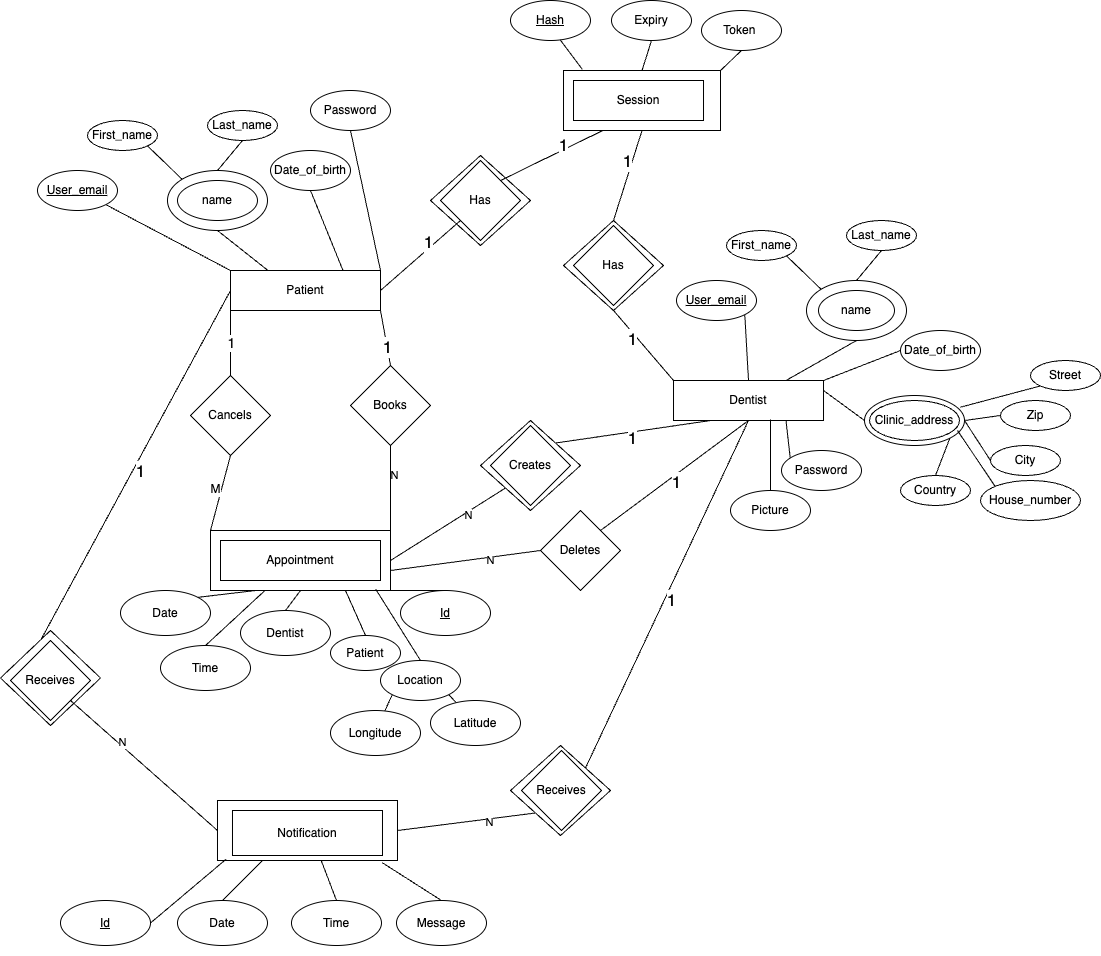
Before: docs/assets/ERdiagram.png, a diagram exported from draw.io (michalspano/AppointDent). Source tidied: cells renumbered, new cells last; positions are measured from the earlier drawing's top-left corner, leaving out a move shared by most shapes.
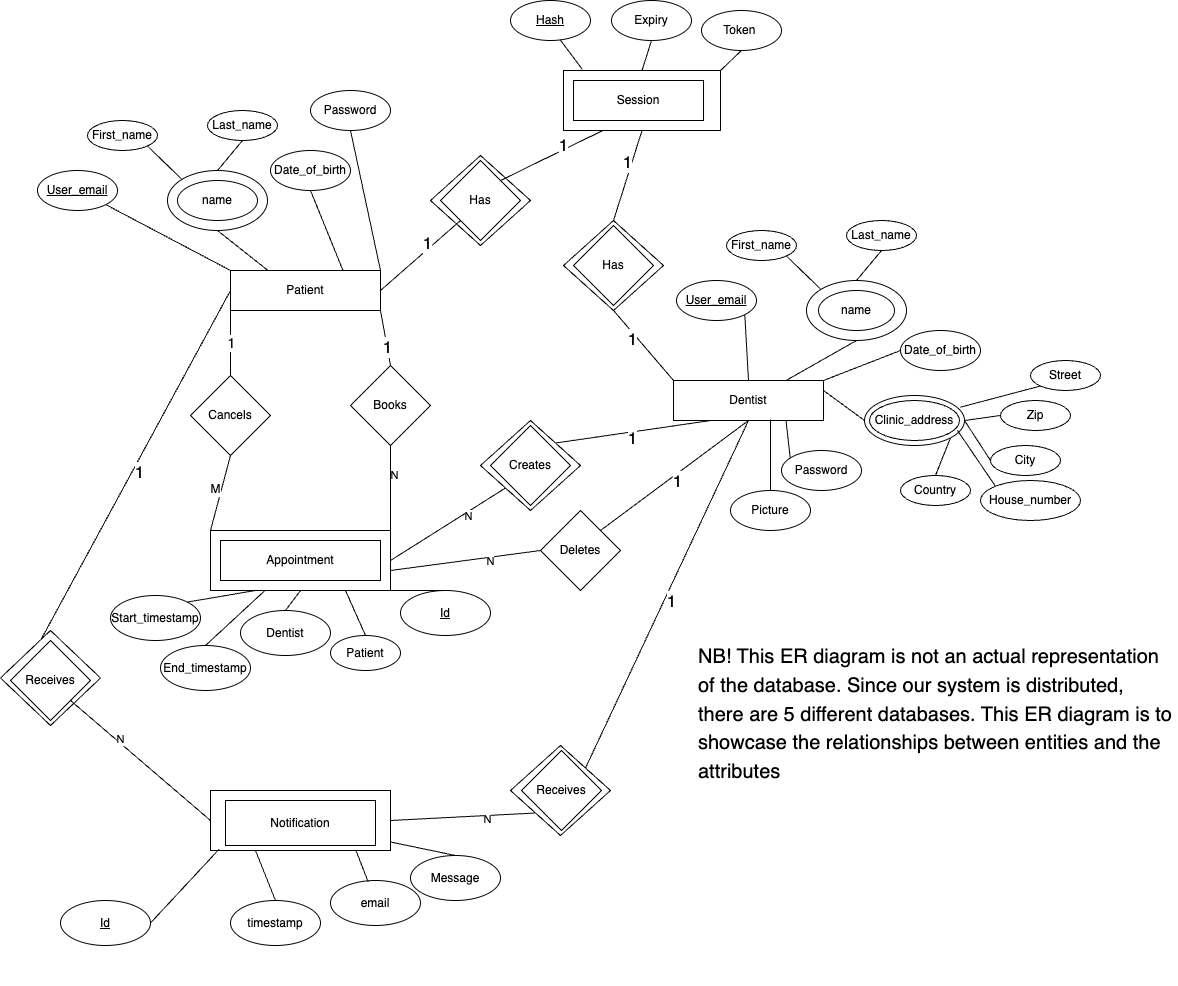
After the commit.

Commit message:
#5 Update ER diagram and database schema

Change to the diagram source:
```diff
@@ -32,8 +32,8 @@
     <mxCell id="11" style="endArrow=none;html=1;rounded=0;entryX=1;entryY=1;entryDx=0;entryDy=0;exitX=0;exitY=0;exitDx=0;exitDy=0;" parent="1" edge="1" source="2" target="30">
       <mxGeometry relative="1" as="geometry" />
     </mxCell>
-    <mxCell id="12" value="Date" style="ellipse;whiteSpace=wrap;html=1;" parent="1" vertex="1">
-      <mxGeometry x="120" y="590" width="90" height="45" as="geometry" />
+    <mxCell id="12" value="Start_timestamp" style="ellipse;whiteSpace=wrap;html=1;" parent="1" vertex="1">
+      <mxGeometry x="110" y="595" width="90" height="45" as="geometry" />
     </mxCell>
     <mxCell id="13" value="Dentist" style="ellipse;whiteSpace=wrap;html=1;" parent="1" vertex="1">
       <mxGeometry x="240" y="610" width="90" height="45" as="geometry" />
@@ -113,10 +113,7 @@
         <mxPoint x="390" y="590" as="targetPoint" />
       </mxGeometry>
     </mxCell>
-    <mxCell id="37" style="endArrow=none;html=1;rounded=0;exitX=0.5;exitY=0;exitDx=0;exitDy=0;entryX=0.918;entryY=0.979;entryDx=0;entryDy=0;entryPerimeter=0;" parent="1" edge="1" source="113" target="6">
-      <mxGeometry relative="1" as="geometry" />
-    </mxCell>
-    <mxCell id="38" value="Time" style="ellipse;whiteSpace=wrap;html=1;" parent="1" vertex="1">
+    <mxCell id="38" value="End_timestamp" style="ellipse;whiteSpace=wrap;html=1;" parent="1" vertex="1">
       <mxGeometry x="160" y="645" width="90" height="45" as="geometry" />
     </mxCell>
     <mxCell id="39" style="endArrow=none;html=1;rounded=0;exitX=0.5;exitY=0;exitDx=0;exitDy=0;entryX=0.304;entryY=0.996;entryDx=0;entryDy=0;entryPerimeter=0;" parent="1" edge="1" source="38" target="6">
@@ -235,13 +232,13 @@
       <mxGeometry x="-0.02" y="-7" relative="1" as="geometry" />
     </mxCell>
     <mxCell id="76" style="group;" parent="1" vertex="1">
-      <mxGeometry x="60" y="810" width="397" height="145" as="geometry" />
+      <mxGeometry x="60" y="810" width="530" height="175" as="geometry" />
     </mxCell>
     <mxCell id="77" style="group;" parent="76" vertex="1">
-      <mxGeometry x="157" width="370" height="135" as="geometry" />
+      <mxGeometry x="150" y="-10" width="370" height="165" as="geometry" />
     </mxCell>
     <mxCell id="78" style="group;" parent="77" vertex="1">
-      <mxGeometry width="269" height="135" as="geometry" />
+      <mxGeometry width="290" height="165" as="geometry" />
     </mxCell>
     <mxCell id="79" value="Notification" style="rounded=0;whiteSpace=wrap;html=1;" parent="78" vertex="1">
       <mxGeometry y="-10" width="180" height="60" as="geometry" />
@@ -249,24 +246,24 @@
     <mxCell id="80" value="Notification" style="rounded=0;whiteSpace=wrap;html=1;" parent="78" vertex="1">
       <mxGeometry x="15" width="150" height="45" as="geometry" />
     </mxCell>
-    <mxCell id="81" value="Time" style="ellipse;whiteSpace=wrap;html=1;" parent="78" vertex="1">
-      <mxGeometry x="74" y="90" width="90" height="45" as="geometry" />
-    </mxCell>
+    <mxCell id="86" style="endArrow=none;html=1;rounded=0;exitX=0.5;exitY=0;exitDx=0;exitDy=0;entryX=0.25;entryY=1;entryDx=0;entryDy=0;" parent="78" edge="1" source="124" target="79">
+      <mxGeometry relative="1" as="geometry" />
+    </mxCell>
+    <mxCell id="124" value="timestamp" style="ellipse;whiteSpace=wrap;html=1;" parent="78" vertex="1">
+      <mxGeometry x="20" y="100" width="90" height="45" as="geometry" />
+    </mxCell>
     <mxCell id="82" value="Message" style="ellipse;whiteSpace=wrap;html=1;" parent="78" vertex="1">
-      <mxGeometry x="179" y="90" width="90" height="45" as="geometry" />
+      <mxGeometry x="200" y="55" width="90" height="45" as="geometry" />
     </mxCell>
-    <mxCell id="83" style="endArrow=none;html=1;rounded=0;exitX=0.5;exitY=0;exitDx=0;exitDy=0;entryX=0.577;entryY=1.006;entryDx=0;entryDy=0;entryPerimeter=0;" parent="78" edge="1" source="81" target="79">
-      <mxGeometry relative="1" as="geometry" />
-    </mxCell>
-    <mxCell id="84" style="endArrow=none;html=1;rounded=0;exitX=0.5;exitY=0;exitDx=0;exitDy=0;entryX=0.914;entryY=1.034;entryDx=0;entryDy=0;entryPerimeter=0;" parent="78" edge="1" source="82" target="79">
+    <mxCell id="84" style="endArrow=none;html=1;rounded=0;exitX=0.5;exitY=0;exitDx=0;exitDy=0;entryX=0.997;entryY=0.856;entryDx=0;entryDy=0;entryPerimeter=0;" parent="78" edge="1" source="82" target="79">
       <mxGeometry relative="1" as="geometry" />
     </mxCell>
-    <mxCell id="85" value="Date" style="ellipse;whiteSpace=wrap;html=1;" parent="78" vertex="1">
-      <mxGeometry x="-40" y="90" width="90" height="45" as="geometry" />
-    </mxCell>
-    <mxCell id="86" style="endArrow=none;html=1;rounded=0;exitX=0.5;exitY=0;exitDx=0;exitDy=0;entryX=0.25;entryY=1;entryDx=0;entryDy=0;" parent="78" edge="1" source="85" target="79">
-      <mxGeometry relative="1" as="geometry" />
-    </mxCell>
+    <mxCell id="125" value="email" style="ellipse;whiteSpace=wrap;html=1;" parent="78" vertex="1">
+      <mxGeometry x="120" y="80" width="90" height="45" as="geometry" />
+    </mxCell>
+    <mxCell id="126" style="endArrow=none;html=1;rounded=0;exitX=0.418;exitY=0.027;exitDx=0;exitDy=0;entryX=0.808;entryY=0.999;entryDx=0;entryDy=0;exitPerimeter=0;entryPerimeter=0;" parent="78" edge="1" source="125" target="79">
+      <mxGeometry relative="1" as="geometry" />
+    </mxCell>
     <mxCell id="87" value="&lt;u&gt;Id&lt;/u&gt;" style="ellipse;whiteSpace=wrap;html=1;" parent="76" vertex="1">
       <mxGeometry y="90" width="90" height="45" as="geometry" />
     </mxCell>
@@ -333,21 +330,6 @@
     <mxCell id="108" style="endArrow=none;html=1;rounded=0;entryX=0;entryY=0;entryDx=0;entryDy=0;exitX=0.93;exitY=0.7;exitDx=0;exitDy=0;exitPerimeter=0;" parent="1" edge="1" source="55" target="107">
       <mxGeometry relative="1" as="geometry" />
     </mxCell>
-    <mxCell id="109" style="rounded=0;jettySize=auto;html=1;entryX=0;entryY=1;entryDx=0;entryDy=0;endArrow=none;endFill=0;" parent="1" edge="1" source="110" target="113">
-      <mxGeometry relative="1" as="geometry" />
-    </mxCell>
-    <mxCell id="110" value="Longitude" style="ellipse;whiteSpace=wrap;html=1;" parent="1" vertex="1">
-      <mxGeometry x="330" y="710" width="90" height="45" as="geometry" />
-    </mxCell>
-    <mxCell id="111" style="rounded=0;jettySize=auto;html=1;entryX=1;entryY=1;entryDx=0;entryDy=0;endArrow=none;endFill=0;" parent="1" edge="1" source="112" target="113">
-      <mxGeometry relative="1" as="geometry" />
-    </mxCell>
-    <mxCell id="112" value="Latitude" style="ellipse;whiteSpace=wrap;html=1;" parent="1" vertex="1">
-      <mxGeometry x="430" y="700" width="90" height="45" as="geometry" />
-    </mxCell>
-    <mxCell id="113" value="Location" style="ellipse;whiteSpace=wrap;html=1;" parent="1" vertex="1">
-      <mxGeometry x="380" y="660" width="80" height="40" as="geometry" />
-    </mxCell>
     <mxCell id="114" value="&lt;font style=&quot;font-size: 17px;&quot;&gt;1&lt;/font&gt;" style="endArrow=none;html=1;rounded=0;entryX=0;entryY=0.5;entryDx=0;entryDy=0;" parent="1" edge="1" target="2">
       <mxGeometry x="-0.02" y="-7" relative="1" as="geometry">
         <mxPoint x="40" y="640" as="sourcePoint" />
@@ -380,5 +362,8 @@
     <mxCell id="123" value="N" style="edgeLabel;html=1;align=center;verticalAlign=middle;" parent="122" vertex="1">
       <mxGeometry x="0.32" y="-3" relative="1" as="geometry" />
     </mxCell>
+    <mxCell id="127" value="&lt;h1&gt;&lt;span style=&quot;background-color: initial; font-weight: normal;&quot;&gt;&lt;font style=&quot;font-size: 20px;&quot;&gt;NB! This ER diagram is not an actual representation of the database. Since our system is distributed, there are 5 different databases. This ER diagram is to showcase the relationships between entities and the attributes&lt;/font&gt;&lt;/span&gt;&lt;br&gt;&lt;/h1&gt;" style="text;html=1;strokeColor=none;fillColor=none;spacing=5;spacingTop=-20;whiteSpace=wrap;overflow=hidden;rounded=0;" parent="1" vertex="1">
+      <mxGeometry x="693" y="635" width="484" height="155" as="geometry" />
+    </mxCell>
   </root>
 </mxGraphModel>
```
